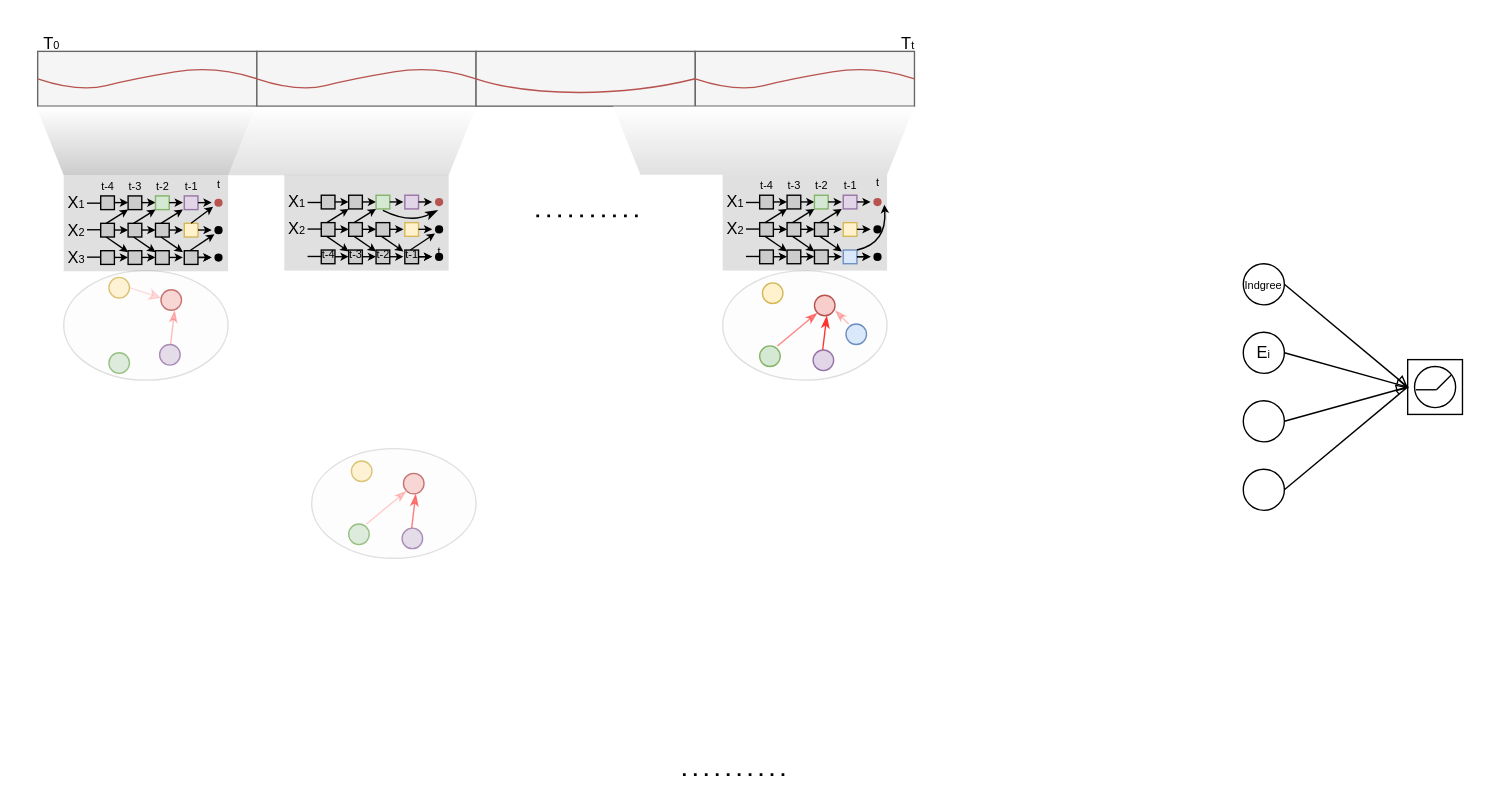
hzb29/hzb29 keeps this draw.io diagram as Causal.drawio. Above is the earlier version. Source tidied: cells renumbered, new cells numbered last; positions are measured from the earlier drawing's top-left corner, leaving out a move shared by most shapes. Both pictures are drawn from the tidied source at 137%, with x=0, y=0 at pixel (23, 23).
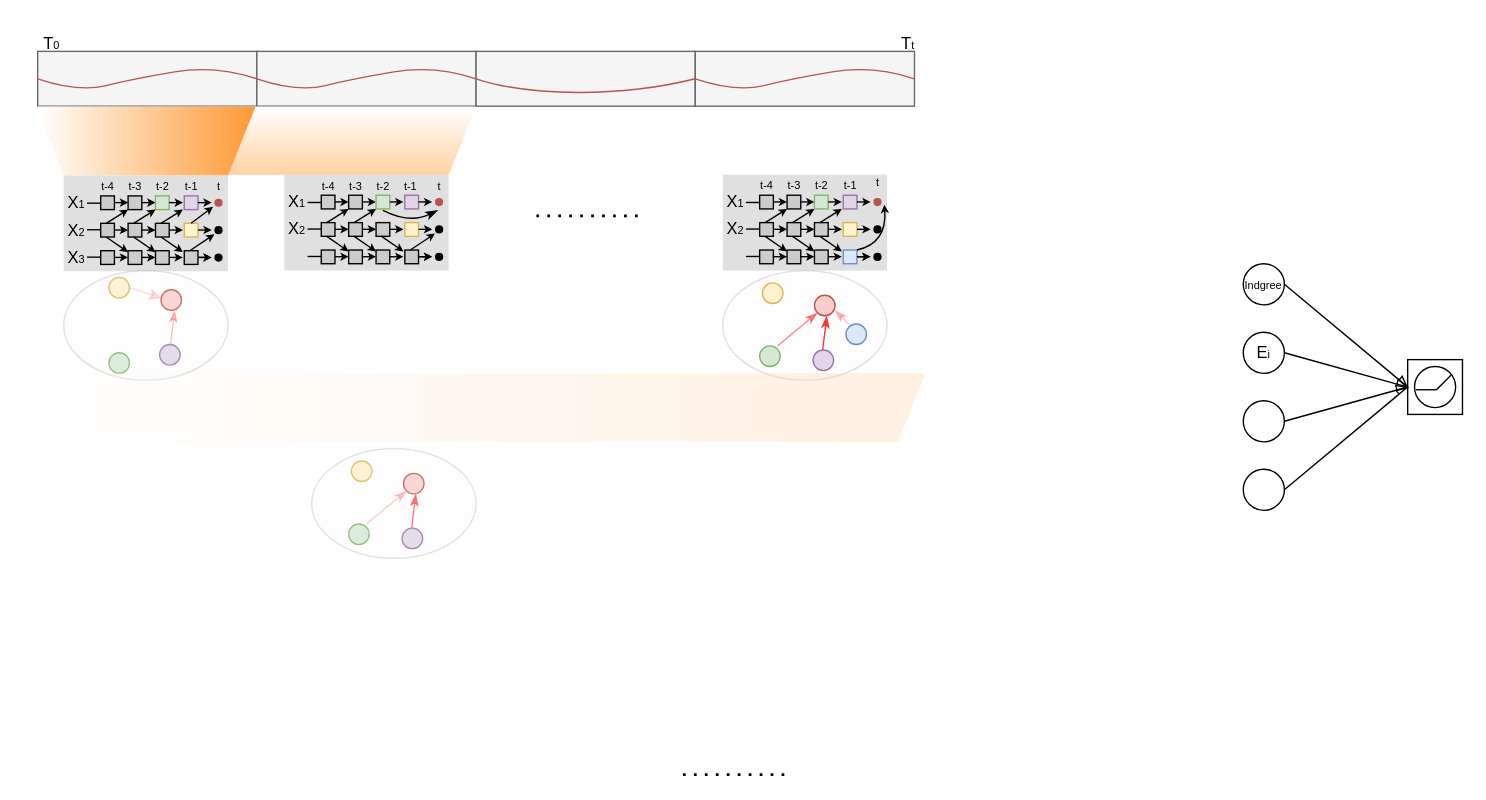
The same page after the edit.

Diff of the diagram source:
```diff
@@
     <mxCell id="58" value="&lt;font style=&quot;font-size: 8px;&quot;&gt;t&lt;/font&gt;" style="text;html=1;align=center;verticalAlign=middle;strokeColor=none;fillColor=none;" parent="1" vertex="1">
-      <mxGeometry x="127" y="100.5" width="30" height="30" as="geometry" />
+      <mxGeometry x="127" y="102.5" width="30" height="30" as="geometry" />
     </mxCell>
@@
     <mxCell id="108" value="&lt;font style=&quot;font-size: 8px;&quot;&gt;t-4&lt;/font&gt;" style="text;html=1;align=center;verticalAlign=middle;strokeColor=none;fillColor=none;" parent="1" vertex="1">
-      <mxGeometry x="207" y="152" width="30" height="30" as="geometry" />
+      <mxGeometry x="207" y="102.5" width="30" height="30" as="geometry" />
     </mxCell>
     <mxCell id="109" value="&lt;font style=&quot;font-size: 8px;&quot;&gt;t-3&lt;/font&gt;" style="text;html=1;align=center;verticalAlign=middle;strokeColor=none;fillColor=none;" parent="1" vertex="1">
-      <mxGeometry x="227" y="152" width="30" height="30" as="geometry" />
+      <mxGeometry x="227" y="102.5" width="30" height="30" as="geometry" />
     </mxCell>
     <mxCell id="110" value="&lt;font style=&quot;font-size: 8px;&quot;&gt;t-2&lt;/font&gt;" style="text;html=1;align=center;verticalAlign=middle;strokeColor=none;fillColor=none;" parent="1" vertex="1">
-      <mxGeometry x="247" y="152" width="30" height="30" as="geometry" />
+      <mxGeometry x="247" y="102.5" width="30" height="30" as="geometry" />
     </mxCell>
     <mxCell id="111" value="&lt;font style=&quot;font-size: 8px;&quot;&gt;t-1&lt;/font&gt;" style="text;html=1;align=center;verticalAlign=middle;strokeColor=none;fillColor=none;" parent="1" vertex="1">
-      <mxGeometry x="268" y="152" width="30" height="30" as="geometry" />
+      <mxGeometry x="267" y="102.5" width="30" height="30" as="geometry" />
     </mxCell>
     <mxCell id="112" value="&lt;font style=&quot;font-size: 8px;&quot;&gt;t&lt;/font&gt;" style="text;html=1;align=center;verticalAlign=middle;strokeColor=none;fillColor=none;" parent="1" vertex="1">
-      <mxGeometry x="288" y="150" width="30" height="30" as="geometry" />
+      <mxGeometry x="288" y="102.5" width="30" height="30" as="geometry" />
     </mxCell>
@@
-    <mxCell id="192" style="shape=trapezoid;perimeter=trapezoidPerimeter;whiteSpace=wrap;html=1;fixedSize=1;rotation=-180;size=20;gradientColor=#CCCCCC;strokeColor=none;gradientDirection=north;fixDash=0;comic=0;linecap=square;linejoin=arcs;rounded=0;opacity=60;" parent="1" vertex="1">
-      <mxGeometry x="10" y="60.5" width="320" height="50" as="geometry" />
+    <mxCell id="192" style="shape=trapezoid;perimeter=trapezoidPerimeter;whiteSpace=wrap;html=1;fixedSize=1;rotation=-180;size=20;gradientColor=#FFB366;strokeColor=none;gradientDirection=north;fixDash=0;comic=0;linecap=square;linejoin=arcs;rounded=0;opacity=60;" parent="1" vertex="1">
+      <mxGeometry x="10" y="60" width="320" height="50" as="geometry" />
     </mxCell>
-    <mxCell id="193" style="shape=trapezoid;perimeter=trapezoidPerimeter;whiteSpace=wrap;html=1;fixedSize=1;rotation=-180;size=20;gradientColor=#CCCCCC;strokeColor=none;gradientDirection=north;fixDash=0;comic=0;linecap=square;linejoin=arcs;rounded=0;opacity=60;" parent="1" vertex="1">
-      <mxGeometry x="430" y="60" width="220" height="50" as="geometry" />
+    <mxCell id="193" style="shape=trapezoid;perimeter=trapezoidPerimeter;whiteSpace=wrap;html=1;fixedSize=1;rotation=-180;size=20;gradientColor=#FFCC99;strokeColor=none;gradientDirection=west;fixDash=0;comic=0;linecap=square;linejoin=arcs;rounded=0;opacity=30;" parent="1" vertex="1">
+      <mxGeometry x="18" y="255" width="640" height="50" as="geometry" />
     </mxCell>
-    <mxCell id="194" style="shape=trapezoid;perimeter=trapezoidPerimeter;whiteSpace=wrap;html=1;fixedSize=1;rotation=-180;size=20;gradientColor=#CCCCCC;strokeColor=none;gradientDirection=north;fixDash=0;comic=0;linecap=square;linejoin=arcs;rounded=0;" parent="1" vertex="1">
+    <mxCell id="194" style="shape=trapezoid;perimeter=trapezoidPerimeter;whiteSpace=wrap;html=1;fixedSize=1;rotation=-180;size=20;gradientColor=#FF9933;strokeColor=none;gradientDirection=west;fixDash=0;comic=0;linecap=square;linejoin=arcs;rounded=0;fillColor=#FFFFFF;" parent="1" vertex="1">
       <mxGeometry x="9" y="60.5" width="160" height="50" as="geometry" />
     </mxCell>
```
